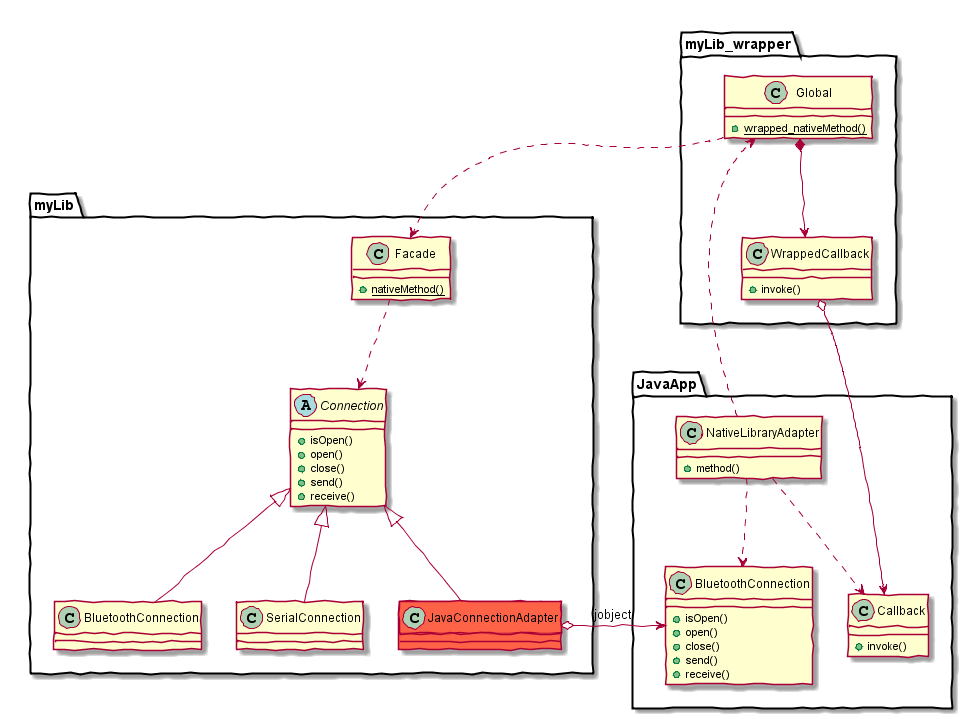
Above: cpp/img/bluetooth-cpp-android/invoke-callback-class-diagram.png in gzuliani/gzuliani.github.io (PlantUML), before the change. The source it was exported from:
```plantuml
@startuml

skinparam handwritten true

namespace myLib_wrapper {

class Global {
  {static} +wrapped_nativeMethod()
}

class WrappedCallback {
  +invoke()
}

Global *--> WrappedCallback
}

namespace myLib {

abstract class Connection {
  +isOpen()
  +open()
  +close()
  +send()
  +receive()
}

class BluetoothConnection
class SerialConnection
class JavaConnectionAdapter #tomato
Connection <|-- BluetoothConnection
Connection <|-- SerialConnection
Connection <|-- JavaConnectionAdapter

class Facade {
  {static} +nativeMethod()
}
Facade ..> Connection
}

namespace JavaApp {

class NativeLibraryAdapter {
  +method()
}
class Callback {
  +invoke()
}
class BluetoothConnection {
  +isOpen()
  +open()
  +close()
  +send()
  +receive()
}
NativeLibraryAdapter ..> Callback
NativeLibraryAdapter ..> BluetoothConnection
}

myLib.JavaConnectionAdapter o--> JavaApp.BluetoothConnection : jobject
myLib_wrapper.Global ..> myLib.Facade
myLib_wrapper.WrappedCallback o--> JavaApp.Callback
JavaApp.NativeLibraryAdapter ..> myLib_wrapper.Global

myLib_wrapper -[hidden]-> myLib
myLib -[hidden]-> JavaApp

@enduml
```
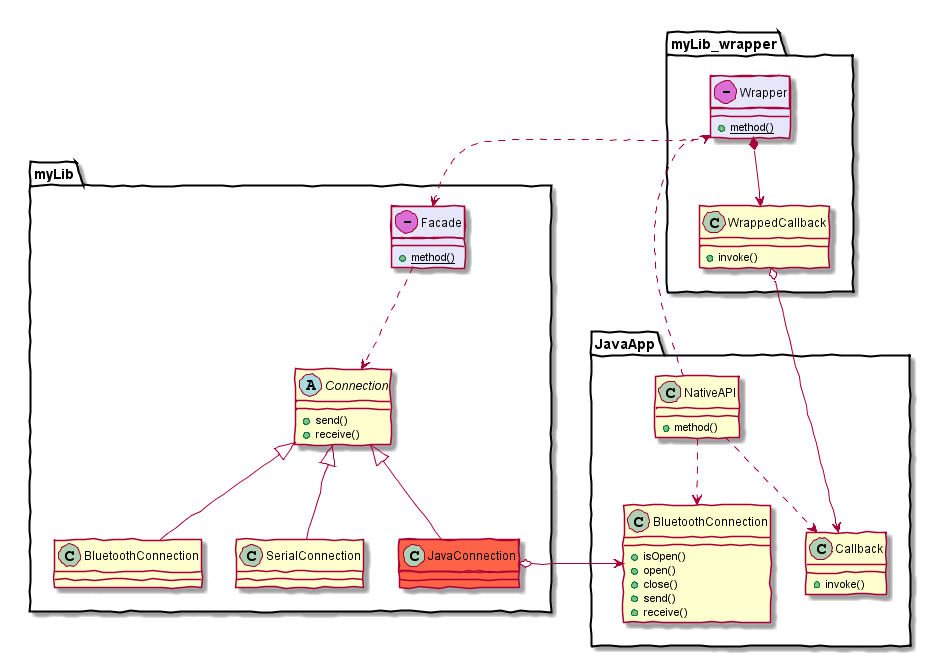
After the commit.

What changed in the source:
```diff
@@ -4,43 +4,40 @@
 
 namespace myLib_wrapper {
 
-class Global {
-  {static} +wrapped_nativeMethod()
+class Wrapper << (-,orchid) >> #lavender {
+  {static} +method()
 }
 
 class WrappedCallback {
   +invoke()
 }
 
-Global *--> WrappedCallback
+Wrapper *--> WrappedCallback
 }
 
 namespace myLib {
 
+class Facade << (-,orchid) >> #lavender {
+  {static} +method()
+}
+
 abstract class Connection {
-  +isOpen()
-  +open()
-  +close()
   +send()
   +receive()
 }
 
-class BluetoothConnection
-class SerialConnection
-class JavaConnectionAdapter #tomato
+class JavaConnection #tomato
+
 Connection <|-- BluetoothConnection
 Connection <|-- SerialConnection
-Connection <|-- JavaConnectionAdapter
+Connection <|-- JavaConnection
 
-class Facade {
-  {static} +nativeMethod()
-}
 Facade ..> Connection
 }
 
 namespace JavaApp {
 
-class NativeLibraryAdapter {
+class NativeAPI {
   +method()
 }
 class Callback {
@@ -53,14 +50,14 @@
   +send()
   +receive()
 }
-NativeLibraryAdapter ..> Callback
-NativeLibraryAdapter ..> BluetoothConnection
+NativeAPI ..> Callback
+NativeAPI ..> BluetoothConnection
 }
 
-myLib.JavaConnectionAdapter o--> JavaApp.BluetoothConnection : jobject
-myLib_wrapper.Global ..> myLib.Facade
+myLib.JavaConnection o--> JavaApp.BluetoothConnection
+myLib_wrapper.Wrapper ..> myLib.Facade
 myLib_wrapper.WrappedCallback o--> JavaApp.Callback
-JavaApp.NativeLibraryAdapter ..> myLib_wrapper.Global
+JavaApp.NativeAPI ..> myLib_wrapper.Wrapper
 
 myLib_wrapper -[hidden]-> myLib
 myLib -[hidden]-> JavaApp
```
